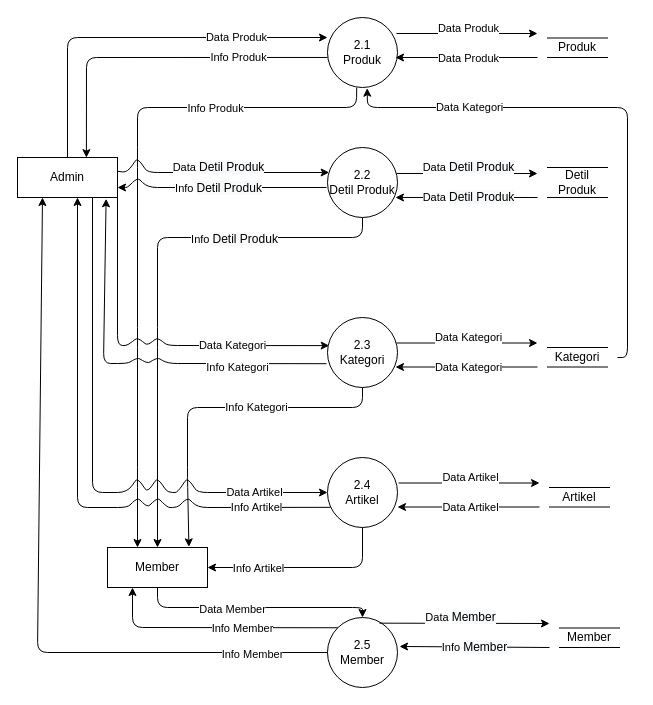
kuzdev/dfd-lvl2-pcs2 keeps this draw.io diagram as Untitled Diagram.drawio. Above is the earlier version. Source tidied: cells renumbered, new cells numbered last; positions are measured from the earlier drawing's top-left corner, leaving out a move shared by most shapes. Both pictures are drawn from the tidied source at 100%, with x=0, y=0 at pixel (17, 17).
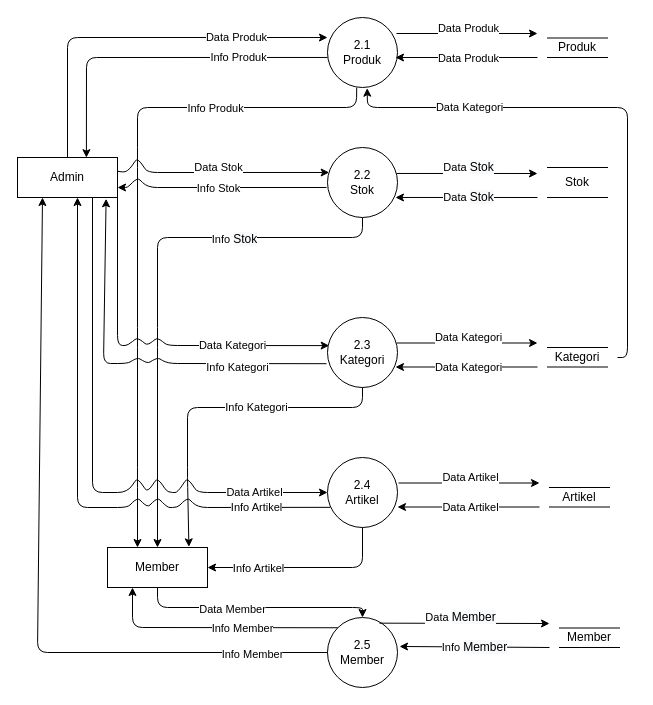
After the change.

The change refers to these unchanged cells:
```xml
<mxCell id="8" style="endArrow=classic;html=1;exitX=0.986;exitY=0.371;exitDx=0;exitDy=0;exitPerimeter=0;" parent="1" edge="1" source="7">
  <mxGeometry relative="1" as="geometry">
    <mxPoint x="520" y="156" as="targetPoint" />
  </mxGeometry>
</mxCell>
<mxCell id="10" style="endArrow=classic;html=1;entryX=0.971;entryY=0.714;entryDx=0;entryDy=0;entryPerimeter=0;" parent="1" edge="1" target="7">
  <mxGeometry relative="1" as="geometry">
    <mxPoint x="520" y="180" as="sourcePoint" />
  </mxGeometry>
</mxCell>
<mxCell id="38" style="endArrow=classic;html=1;exitX=1.003;exitY=0.346;exitDx=0;exitDy=0;exitPerimeter=0;entryX=0.024;entryY=0.357;entryDx=0;entryDy=0;entryPerimeter=0;" parent="1" edge="1" source="2" target="7">
  <mxGeometry relative="1" as="geometry">
    <Array as="points">
      <mxPoint x="110" y="155" />
      <mxPoint x="120" y="140" />
      <mxPoint x="130" y="155" />
    </Array>
  </mxGeometry>
</mxCell>
<mxCell id="40" style="endArrow=classic;html=1;entryX=1;entryY=0.75;entryDx=0;entryDy=0;" parent="1" edge="1" target="2">
  <mxGeometry relative="1" as="geometry">
    <mxPoint x="309" y="170" as="sourcePoint" />
    <Array as="points">
      <mxPoint x="130" y="170" />
      <mxPoint x="120" y="160" />
      <mxPoint x="110" y="170" />
    </Array>
  </mxGeometry>
</mxCell>
<mxCell id="54" style="endArrow=classic;html=1;entryX=0.5;entryY=0;entryDx=0;entryDy=0;exitX=0.5;exitY=1;exitDx=0;exitDy=0;" parent="1" edge="1" source="7" target="37">
  <mxGeometry relative="1" as="geometry">
    <Array as="points">
      <mxPoint x="345" y="220" />
      <mxPoint x="140" y="220" />
      <mxPoint x="140" y="320" />
    </Array>
  </mxGeometry>
</mxCell>
```

Diff of the diagram source:
```diff
@@
-    <mxCell id="7" value="2.2&lt;br&gt;Detil Produk" style="ellipse;whiteSpace=wrap;html=1;" parent="1" vertex="1">
+    <mxCell id="7" value="2.2&lt;br&gt;Stok" style="ellipse;whiteSpace=wrap;html=1;" parent="1" vertex="1">
       <mxGeometry x="310" y="130" width="70" height="70" as="geometry" />
     </mxCell>
@@
-    <mxCell id="9" value="Data&amp;nbsp;&lt;span style=&quot;font-size: 12px ; background-color: rgb(248 , 249 , 250)&quot;&gt;Detil Produk&lt;/span&gt;" style="edgeLabel;html=1;align=center;verticalAlign=middle;" parent="8" vertex="1">
+    <mxCell id="9" value="Data &lt;span style=&quot;font-size: 12px ; background-color: rgb(248 , 249 , 250)&quot;&gt;Stok&lt;/span&gt;" style="edgeLabel;html=1;align=center;verticalAlign=middle;" parent="8" vertex="1">
       <mxGeometry x="-0.38" y="-1" relative="1" as="geometry">
         <mxPoint x="27" y="-7" as="offset" />
       </mxGeometry>
     </mxCell>
@@
-    <mxCell id="11" value="Data&amp;nbsp;&lt;span style=&quot;font-size: 12px ; background-color: rgb(248 , 249 , 250)&quot;&gt;Detil Produk&lt;/span&gt;" style="edgeLabel;html=1;align=center;verticalAlign=middle;" parent="10" vertex="1">
+    <mxCell id="11" value="Data &lt;span style=&quot;font-size: 12px ; background-color: rgb(248 , 249 , 250)&quot;&gt;Stok&lt;/span&gt;" style="edgeLabel;html=1;align=center;verticalAlign=middle;" parent="10" vertex="1">
       <mxGeometry x="0.55" relative="1" as="geometry">
         <mxPoint x="40" as="offset" />
       </mxGeometry>
     </mxCell>
-    <mxCell id="12" value="Detil Produk" style="shape=partialRectangle;whiteSpace=wrap;html=1;left=0;right=0;fillColor=none;" parent="1" vertex="1">
+    <mxCell id="12" value="Stok" style="shape=partialRectangle;whiteSpace=wrap;html=1;left=0;right=0;fillColor=none;" parent="1" vertex="1">
       <mxGeometry x="530" y="150" width="60" height="30" as="geometry" />
     </mxCell>
@@
-    <mxCell id="39" value="Data&amp;nbsp;&lt;span style=&quot;font-size: 12px ; background-color: rgb(248 , 249 , 250)&quot;&gt;Detil Produk&lt;/span&gt;" style="edgeLabel;html=1;align=center;verticalAlign=middle;" parent="38" vertex="1">
+    <mxCell id="39" value="Data Stok" style="edgeLabel;html=1;align=center;verticalAlign=middle;" parent="38" vertex="1">
       <mxGeometry x="-0.19" y="-1" relative="1" as="geometry">
         <mxPoint x="24" y="-6" as="offset" />
       </mxGeometry>
     </mxCell>
@@
-    <mxCell id="41" value="Info&amp;nbsp;&lt;span style=&quot;font-size: 12px ; background-color: rgb(248 , 249 , 250)&quot;&gt;Detil Produk&lt;/span&gt;" style="edgeLabel;html=1;align=center;verticalAlign=middle;" parent="40" vertex="1">
+    <mxCell id="41" value="Info Stok" style="edgeLabel;html=1;align=center;verticalAlign=middle;" parent="40" vertex="1">
       <mxGeometry x="0.35" y="1" relative="1" as="geometry">
         <mxPoint x="38" y="-1" as="offset" />
       </mxGeometry>
     </mxCell>
@@
-    <mxCell id="55" value="Info&amp;nbsp;&lt;span style=&quot;font-size: 12px ; background-color: rgb(248 , 249 , 250)&quot;&gt;Detil Produk&lt;/span&gt;" style="edgeLabel;html=1;align=center;verticalAlign=middle;" parent="54" vertex="1">
+    <mxCell id="55" value="Info &lt;span style=&quot;font-size: 12px ; background-color: rgb(248 , 249 , 250)&quot;&gt;Stok&lt;/span&gt;" style="edgeLabel;html=1;align=center;verticalAlign=middle;" parent="54" vertex="1">
       <mxGeometry x="-0.41" y="1" relative="1" as="geometry">
         <mxPoint x="9" as="offset" />
       </mxGeometry>
     </mxCell>
```
